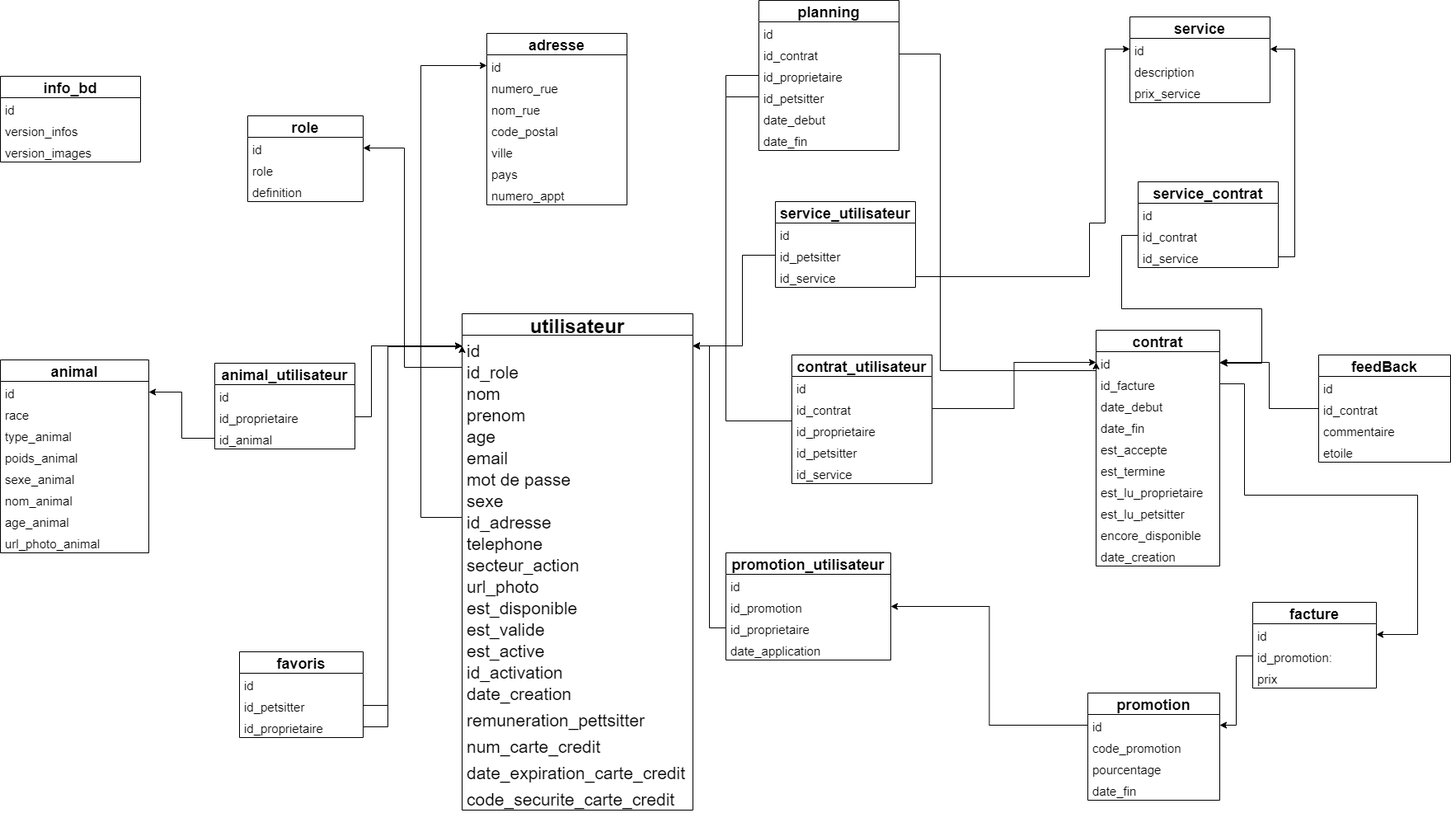
The draw.io diagram uml/presentation/diagramme_bd.png in rcorro27/petsfriendly, before a commit. Source tidied: cells renumbered, new cells last; positions are measured from the earlier drawing's top-left corner, leaving out a move shared by most shapes.
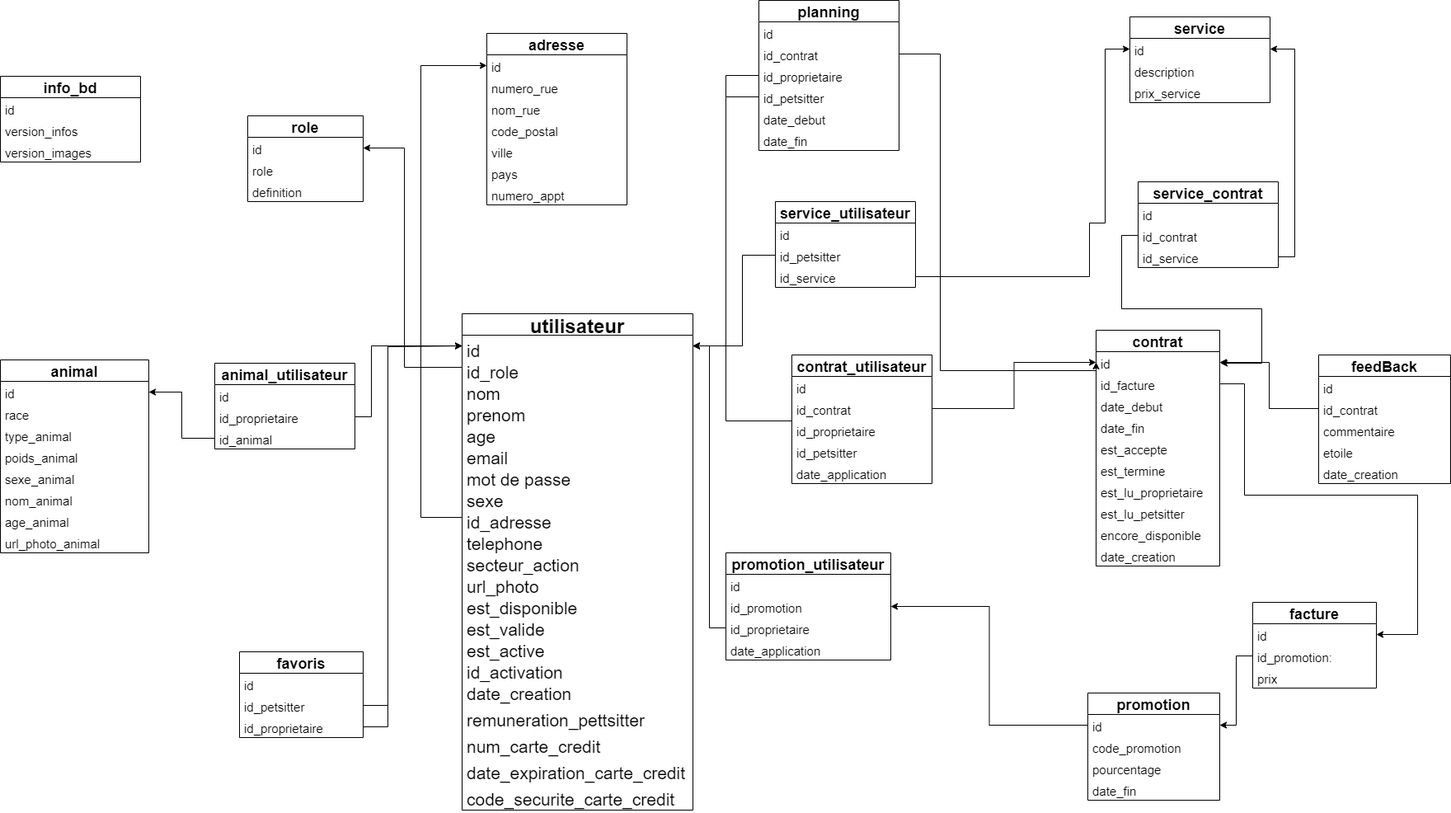
Above is the later version.

What changed in the source:
```diff
@@ -309,7 +309,7 @@
       <mxGeometry y="260" width="150" height="26" as="geometry" />
     </mxCell>
     <mxCell id="89" value="feedBack" style="swimlane;fontStyle=1;horizontal=1;startSize=26;fillColor=none;fontSize=18;" parent="1" vertex="1">
-      <mxGeometry x="1599" y="430" width="160" height="130" as="geometry" />
+      <mxGeometry x="1599" y="430" width="160" height="156" as="geometry" />
     </mxCell>
     <mxCell id="90" value="id" style="text;strokeColor=none;fillColor=none;align=left;verticalAlign=top;spacingLeft=4;spacingRight=4;overflow=hidden;fontSize=15;" parent="89" vertex="1">
       <mxGeometry y="26" width="160" height="26" as="geometry" />
@@ -323,6 +323,9 @@
     <mxCell id="93" value="etoile" style="text;strokeColor=none;fillColor=none;align=left;verticalAlign=top;spacingLeft=4;spacingRight=4;overflow=hidden;fontSize=15;" parent="89" vertex="1">
       <mxGeometry y="104" width="160" height="26" as="geometry" />
     </mxCell>
+    <mxCell id="132" value="date_creation" style="text;strokeColor=none;fillColor=none;align=left;verticalAlign=top;spacingLeft=4;spacingRight=4;overflow=hidden;fontSize=15;" parent="89" vertex="1">
+      <mxGeometry y="130" width="160" height="26" as="geometry" />
+    </mxCell>
     <mxCell id="94" value="facture" style="swimlane;fontStyle=1;horizontal=1;startSize=26;fillColor=none;fontSize=18;" parent="1" vertex="1">
       <mxGeometry x="1519" y="730" width="150" height="104" as="geometry" />
     </mxCell>
@@ -398,7 +401,7 @@
     <mxCell id="118" value="id_petsitter" style="text;strokeColor=none;fillColor=none;align=left;verticalAlign=top;spacingLeft=4;spacingRight=4;overflow=hidden;fontSize=15;" parent="114" vertex="1">
       <mxGeometry y="104" width="170" height="26" as="geometry" />
     </mxCell>
-    <mxCell id="119" value="id_service" style="text;strokeColor=none;fillColor=none;align=left;verticalAlign=top;spacingLeft=4;spacingRight=4;overflow=hidden;fontSize=15;" parent="114" vertex="1">
+    <mxCell id="119" value="date_application" style="text;strokeColor=none;fillColor=none;align=left;verticalAlign=top;spacingLeft=4;spacingRight=4;overflow=hidden;fontSize=15;" parent="114" vertex="1">
       <mxGeometry y="130" width="170" height="26" as="geometry" />
     </mxCell>
     <mxCell id="120" style="edgeStyle=orthogonalEdgeStyle;rounded=0;jettySize=auto;html=1;exitX=1;exitY=0.5;exitDx=0;exitDy=0;entryX=0;entryY=0.5;entryDx=0;entryDy=0;" parent="1" edge="1" source="124" target="111">
```
